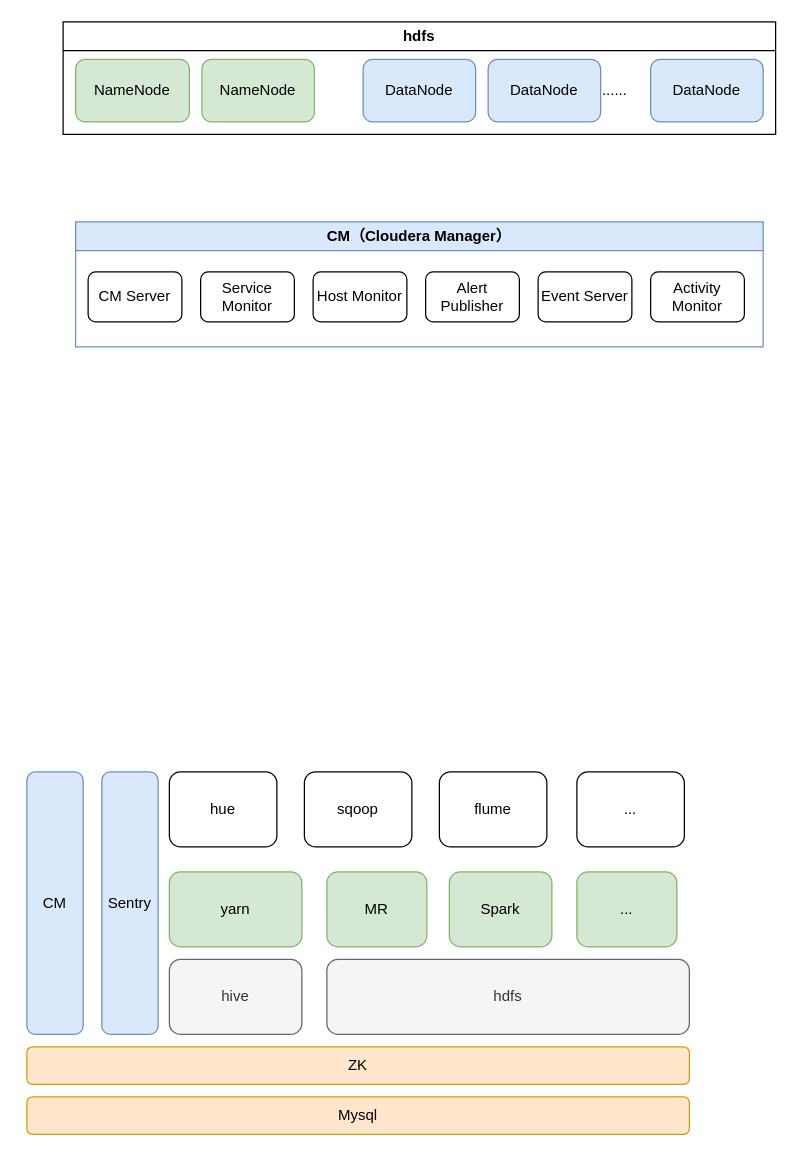
Earlier version of the draw.io diagram 集群架构.drawio (hhyouyou/draw). Source tidied: cells renumbered, new cells numbered last; positions are measured from the earlier drawing's top-left corner, leaving out a move shared by most shapes. Both pictures are drawn from the tidied source at 125%, with x=0, y=0 at pixel (26, 21).
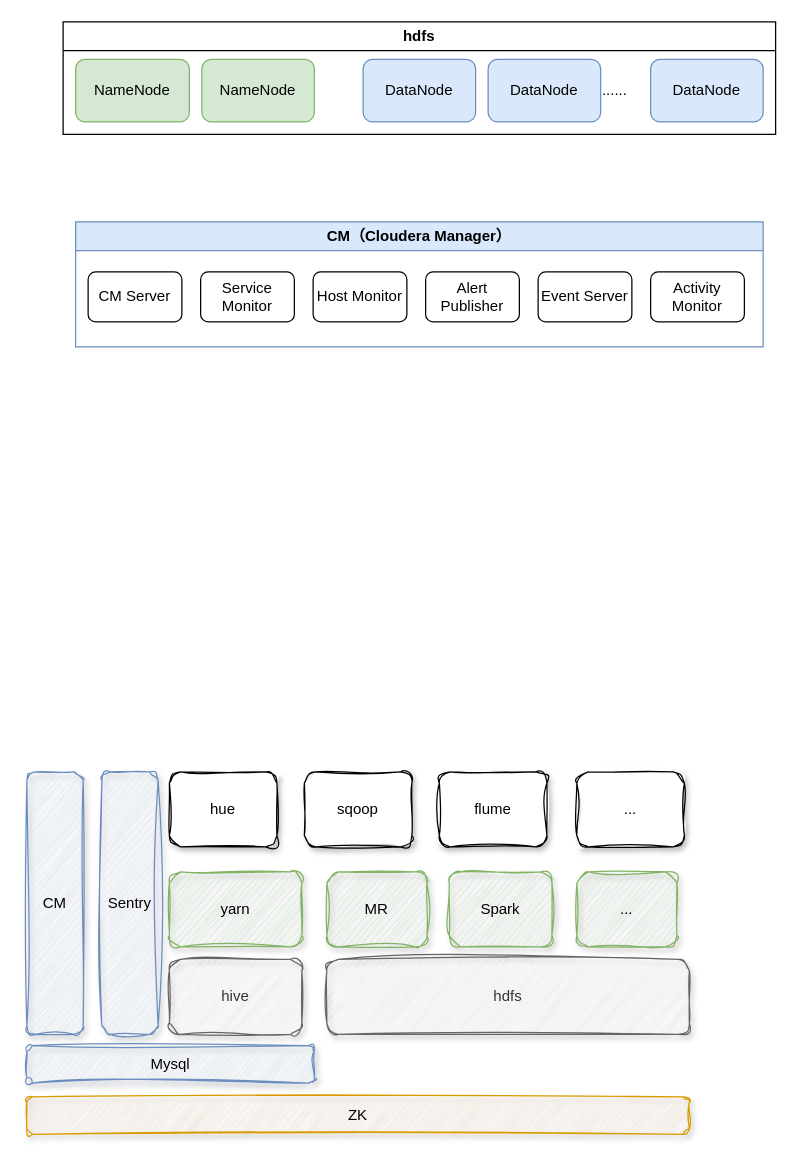
The same diagram, later.

Commit message (it also covers changes not shown here):
更新集群架构.drawio

The edit, as a diff of the source:
```diff
@@
-    <mxCell id="17" value="CM" style="rounded=1;whiteSpace=wrap;html=1;fillColor=#dae8fc;strokeColor=#6c8ebf;" parent="1" vertex="1">
+    <mxCell id="17" value="CM" style="rounded=1;whiteSpace=wrap;html=1;fillColor=#dae8fc;strokeColor=#6c8ebf;sketch=1;curveFitting=1;jiggle=2;shadow=1;glass=0;" parent="1" vertex="1">
       <mxGeometry y="600" width="45" height="210" as="geometry" />
     </mxCell>
-    <mxCell id="18" value="hdfs" style="rounded=1;whiteSpace=wrap;html=1;fillColor=#f5f5f5;strokeColor=#666666;fontColor=#333333;" parent="1" vertex="1">
+    <mxCell id="18" value="hdfs" style="rounded=1;whiteSpace=wrap;html=1;fillColor=#f5f5f5;strokeColor=#666666;fontColor=#333333;sketch=1;curveFitting=1;jiggle=2;shadow=1;glass=0;" parent="1" vertex="1">
       <mxGeometry x="240" y="750" width="290" height="60" as="geometry" />
     </mxCell>
-    <mxCell id="19" value="yarn" style="rounded=1;whiteSpace=wrap;html=1;fillColor=#d5e8d4;strokeColor=#82b366;" parent="1" vertex="1">
+    <mxCell id="19" value="yarn" style="rounded=1;whiteSpace=wrap;html=1;fillColor=#d5e8d4;strokeColor=#82b366;sketch=1;curveFitting=1;jiggle=2;shadow=1;glass=0;" parent="1" vertex="1">
       <mxGeometry x="114" y="680" width="106" height="60" as="geometry" />
     </mxCell>
-    <mxCell id="20" value="hive" style="rounded=1;whiteSpace=wrap;html=1;fillColor=#f5f5f5;strokeColor=#666666;fontColor=#333333;" parent="1" vertex="1">
+    <mxCell id="20" value="hive" style="rounded=1;whiteSpace=wrap;html=1;fillColor=#f5f5f5;strokeColor=#666666;fontColor=#333333;sketch=1;curveFitting=1;jiggle=2;shadow=1;glass=0;" parent="1" vertex="1">
       <mxGeometry x="114" y="750" width="106" height="60" as="geometry" />
     </mxCell>
-    <mxCell id="21" value="hue" style="rounded=1;whiteSpace=wrap;html=1;" parent="1" vertex="1">
+    <mxCell id="21" value="hue" style="rounded=1;whiteSpace=wrap;html=1;sketch=1;curveFitting=1;jiggle=2;shadow=1;glass=0;" parent="1" vertex="1">
       <mxGeometry x="114" y="600" width="86" height="60" as="geometry" />
     </mxCell>
-    <mxCell id="22" value="Sentry" style="rounded=1;whiteSpace=wrap;html=1;fillColor=#dae8fc;strokeColor=#6c8ebf;" parent="1" vertex="1">
+    <mxCell id="22" value="Sentry" style="rounded=1;whiteSpace=wrap;html=1;fillColor=#dae8fc;strokeColor=#6c8ebf;sketch=1;curveFitting=1;jiggle=2;shadow=1;glass=0;" parent="1" vertex="1">
       <mxGeometry x="60" y="600" width="45" height="210" as="geometry" />
     </mxCell>
-    <mxCell id="23" value="ZK" style="rounded=1;whiteSpace=wrap;html=1;fillColor=#ffe6cc;strokeColor=#d79b00;" parent="1" vertex="1">
-      <mxGeometry y="820" width="530" height="30" as="geometry" />
+    <mxCell id="23" value="ZK" style="rounded=1;whiteSpace=wrap;html=1;fillColor=#ffe6cc;strokeColor=#d79b00;sketch=1;curveFitting=1;jiggle=2;shadow=1;glass=0;" parent="1" vertex="1">
+      <mxGeometry y="860" width="530" height="30" as="geometry" />
     </mxCell>
-    <mxCell id="24" value="sqoop" style="rounded=1;whiteSpace=wrap;html=1;" parent="1" vertex="1">
+    <mxCell id="24" value="sqoop" style="rounded=1;whiteSpace=wrap;html=1;sketch=1;curveFitting=1;jiggle=2;shadow=1;glass=0;" parent="1" vertex="1">
       <mxGeometry x="222" y="600" width="86" height="60" as="geometry" />
     </mxCell>
-    <mxCell id="25" value="flume" style="rounded=1;whiteSpace=wrap;html=1;" parent="1" vertex="1">
+    <mxCell id="25" value="flume" style="rounded=1;whiteSpace=wrap;html=1;sketch=1;curveFitting=1;jiggle=2;shadow=1;glass=0;" parent="1" vertex="1">
       <mxGeometry x="330" y="600" width="86" height="60" as="geometry" />
     </mxCell>
-    <mxCell id="26" value="..." style="rounded=1;whiteSpace=wrap;html=1;" parent="1" vertex="1">
+    <mxCell id="26" value="..." style="rounded=1;whiteSpace=wrap;html=1;sketch=1;curveFitting=1;jiggle=2;shadow=1;glass=0;" parent="1" vertex="1">
       <mxGeometry x="440" y="600" width="86" height="60" as="geometry" />
     </mxCell>
-    <mxCell id="27" value="MR" style="rounded=1;whiteSpace=wrap;html=1;fillColor=#d5e8d4;strokeColor=#82b366;" parent="1" vertex="1">
+    <mxCell id="27" value="MR" style="rounded=1;whiteSpace=wrap;html=1;fillColor=#d5e8d4;strokeColor=#82b366;sketch=1;curveFitting=1;jiggle=2;shadow=1;glass=0;" parent="1" vertex="1">
       <mxGeometry x="240" y="680" width="80" height="60" as="geometry" />
     </mxCell>
-    <mxCell id="28" value="Spark" style="rounded=1;whiteSpace=wrap;html=1;fillColor=#d5e8d4;strokeColor=#82b366;" parent="1" vertex="1">
+    <mxCell id="28" value="Spark" style="rounded=1;whiteSpace=wrap;html=1;fillColor=#d5e8d4;strokeColor=#82b366;sketch=1;curveFitting=1;jiggle=2;shadow=1;glass=0;" parent="1" vertex="1">
       <mxGeometry x="338" y="680" width="82" height="60" as="geometry" />
     </mxCell>
-    <mxCell id="29" value="..." style="rounded=1;whiteSpace=wrap;html=1;fillColor=#d5e8d4;strokeColor=#82b366;" parent="1" vertex="1">
+    <mxCell id="29" value="..." style="rounded=1;whiteSpace=wrap;html=1;fillColor=#d5e8d4;strokeColor=#82b366;sketch=1;curveFitting=1;jiggle=2;shadow=1;glass=0;" parent="1" vertex="1">
       <mxGeometry x="440" y="680" width="80" height="60" as="geometry" />
     </mxCell>
-    <mxCell id="30" value="Mysql" style="rounded=1;whiteSpace=wrap;html=1;fillColor=#ffe6cc;strokeColor=#d79b00;" parent="1" vertex="1">
-      <mxGeometry y="860" width="530" height="30" as="geometry" />
+    <mxCell id="30" value="Mysql" style="rounded=1;whiteSpace=wrap;html=1;fillColor=#dae8fc;strokeColor=#6c8ebf;sketch=1;curveFitting=1;jiggle=2;shadow=1;glass=0;" parent="1" vertex="1">
+      <mxGeometry y="819" width="230" height="30" as="geometry" />
     </mxCell>
```
